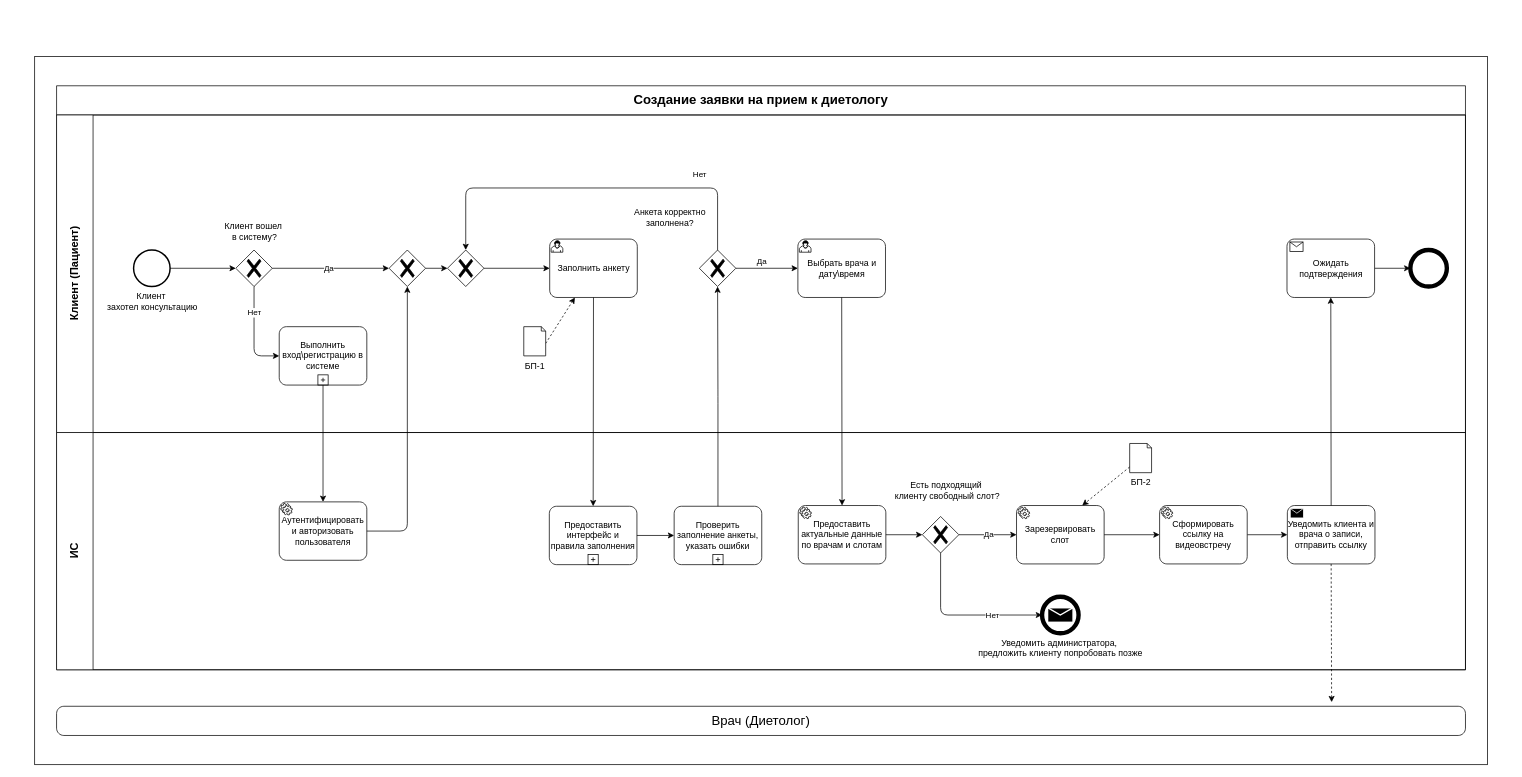
Above: page "Процесс 1" (1 of 3) of Рабочие примеры артефактов/Бизнес-процессы BPMN/Создание заявки на прием к диетологу.drawio in Heritager-tech/Public_data (draw.io), before the change. Source tidied: cells renumbered, new cells numbered last; positions are measured from the earlier drawing's top-left corner, leaving out a move shared by most shapes. Both pictures are drawn from the tidied source at 73%, with x=0, y=0 at pixel (34, 56). Pictures stored in the file or linked from it are replaced by grey dashed boxes.
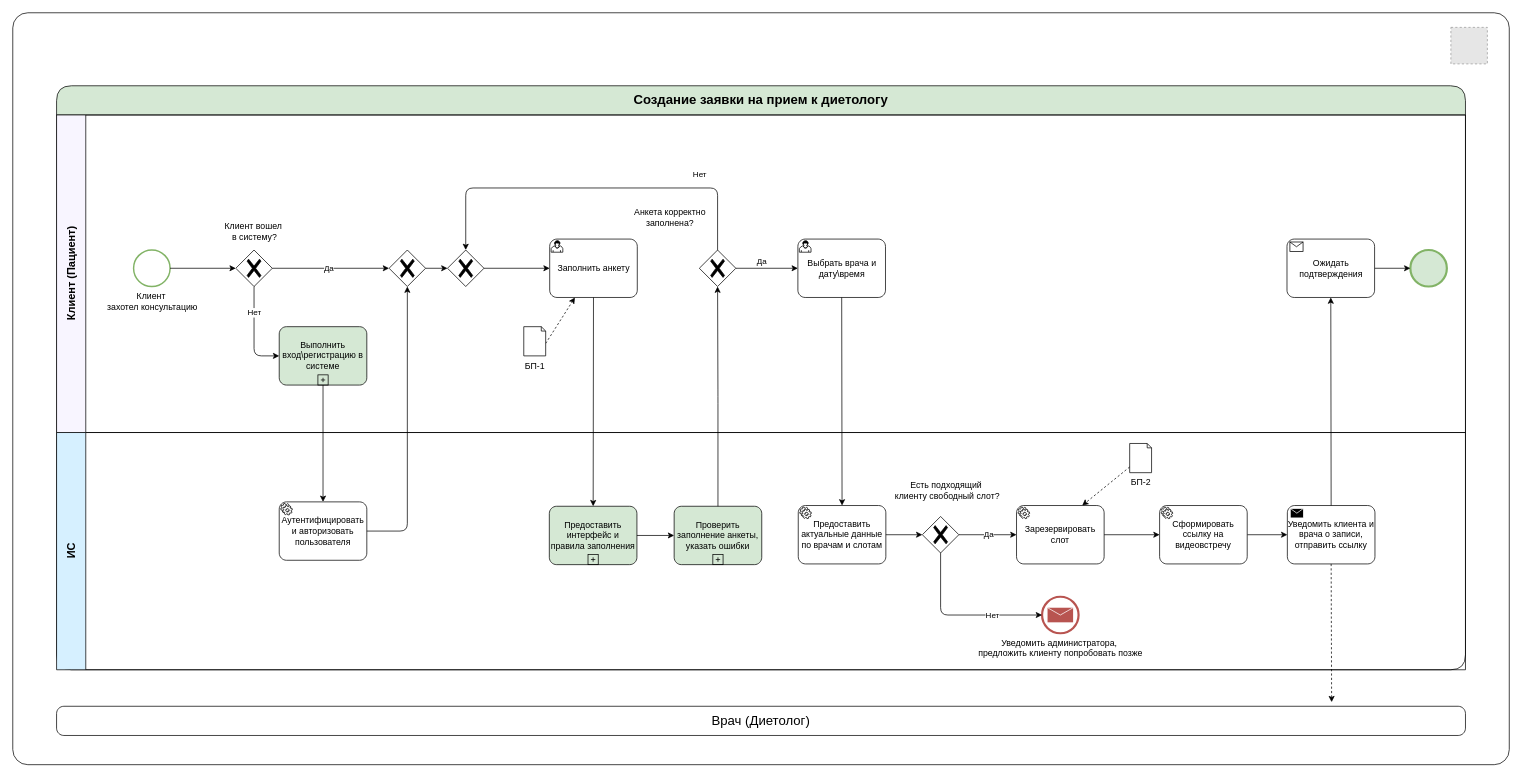
After the change.

Diff of the diagram source:
```diff
@@
-    <mxCell id="2" style="rounded=1;whiteSpace=wrap;html=1;arcSize=0;" parent="1" vertex="1">
-      <mxGeometry width="1990" height="970" as="geometry" />
+    <mxCell id="2" style="rounded=1;whiteSpace=wrap;html=1;arcSize=2;" parent="1" vertex="1">
+      <mxGeometry x="-30" y="-60" width="2050" height="1030" as="geometry" />
     </mxCell>
-    <mxCell id="3" value="&lt;font style=&quot;font-size: 18px;&quot;&gt;Создание заявки на прием к диетологу&lt;/font&gt;" style="swimlane;html=1;horizontal=1;startSize=40;whiteSpace=wrap;direction=east;" parent="1" vertex="1">
+    <mxCell id="3" value="&lt;font style=&quot;font-size: 18px;&quot;&gt;Создание заявки на прием к диетологу&lt;/font&gt;" style="swimlane;html=1;horizontal=1;startSize=40;whiteSpace=wrap;direction=east;rounded=1;arcSize=17;fillColor=#D5E8D4;" parent="1" vertex="1">
       <mxGeometry x="30" y="40" width="1930" height="800" as="geometry" />
     </mxCell>
-    <mxCell id="4" value="&lt;span style=&quot;font-size: 15px;&quot;&gt;Клиент (Пациент)&lt;/span&gt;" style="swimlane;html=1;startSize=50;horizontal=0;" parent="3" vertex="1">
+    <mxCell id="4" value="&lt;span style=&quot;font-size: 15px;&quot;&gt;Клиент (Пациент)&lt;/span&gt;" style="swimlane;html=1;startSize=40;horizontal=0;fillColor=#F8F5FF;" parent="3" vertex="1">
       <mxGeometry y="40" width="1930" height="435" as="geometry" />
     </mxCell>
@@
-    <mxCell id="6" value="Клиент&amp;nbsp;&lt;div&gt;захотел консультацию&lt;/div&gt;" style="points=[[0.145,0.145,0],[0.5,0,0],[0.855,0.145,0],[1,0.5,0],[0.855,0.855,0],[0.5,1,0],[0.145,0.855,0],[0,0.5,0]];shape=mxgraph.bpmn.event;html=1;verticalLabelPosition=bottom;labelBackgroundColor=#ffffff;verticalAlign=top;align=center;perimeter=ellipsePerimeter;outlineConnect=0;outline=standard;symbol=general;fillColor=none;strokeColor=default;strokeWidth=2;" parent="4" vertex="1">
+    <mxCell id="6" value="Клиент&amp;nbsp;&lt;div&gt;захотел консультацию&lt;/div&gt;" style="points=[[0.145,0.145,0],[0.5,0,0],[0.855,0.145,0],[1,0.5,0],[0.855,0.855,0],[0.5,1,0],[0.145,0.855,0],[0,0.5,0]];shape=mxgraph.bpmn.event;html=1;verticalLabelPosition=bottom;labelBackgroundColor=#ffffff;verticalAlign=top;align=center;perimeter=ellipsePerimeter;outlineConnect=0;outline=standard;symbol=general;fillColor=none;strokeColor=#82B366;strokeWidth=2;" parent="4" vertex="1">
       <mxGeometry x="105.5" y="185" width="50" height="50" as="geometry" />
     </mxCell>
-    <mxCell id="7" value="Выполнить вход\регистрацию в системе" style="points=[[0.25,0,0],[0.5,0,0],[0.75,0,0],[1,0.25,0],[1,0.5,0],[1,0.75,0],[0.75,1,0],[0.5,1,0],[0.25,1,0],[0,0.75,0],[0,0.5,0],[0,0.25,0]];shape=mxgraph.bpmn.task;whiteSpace=wrap;rectStyle=rounded;size=10;html=1;taskMarker=abstract;isLoopSub=1;fillColor=default;strokeColor=default;" parent="4" vertex="1">
+    <mxCell id="7" value="Выполнить вход\регистрацию в системе" style="points=[[0.25,0,0],[0.5,0,0],[0.75,0,0],[1,0.25,0],[1,0.5,0],[1,0.75,0],[0.75,1,0],[0.5,1,0],[0.25,1,0],[0,0.75,0],[0,0.5,0],[0,0.25,0]];shape=mxgraph.bpmn.task;whiteSpace=wrap;rectStyle=rounded;size=10;html=1;taskMarker=abstract;isLoopSub=1;fillColor=#d5e8d4;strokeColor=default;" parent="4" vertex="1">
       <mxGeometry x="305" y="290" width="120" height="80" as="geometry" />
     </mxCell>
@@
-    <mxCell id="28" style="points=[[0.145,0.145,0],[0.5,0,0],[0.855,0.145,0],[1,0.5,0],[0.855,0.855,0],[0.5,1,0],[0.145,0.855,0],[0,0.5,0]];shape=mxgraph.bpmn.event;html=1;verticalLabelPosition=bottom;labelBackgroundColor=#ffffff;verticalAlign=top;align=center;perimeter=ellipsePerimeter;outlineConnect=0;outline=end;symbol=terminate2;fillColor=default;strokeColor=default;strokeWidth=2;" parent="4" vertex="1">
+    <mxCell id="28" style="points=[[0.145,0.145,0],[0.5,0,0],[0.855,0.145,0],[1,0.5,0],[0.855,0.855,0],[0.5,1,0],[0.145,0.855,0],[0,0.5,0]];shape=mxgraph.bpmn.event;html=1;verticalLabelPosition=bottom;labelBackgroundColor=#ffffff;verticalAlign=top;align=center;perimeter=ellipsePerimeter;outlineConnect=0;outline=end;symbol=terminate2;fillColor=#d5e8d4;strokeColor=#82b366;strokeWidth=1;" parent="4" vertex="1">
       <mxGeometry x="1854.5" y="185" width="50" height="50" as="geometry" />
     </mxCell>
@@
-    <mxCell id="31" value="&lt;span style=&quot;font-size: 15px;&quot;&gt;ИС&lt;/span&gt;" style="swimlane;html=1;startSize=50;horizontal=0;" parent="3" vertex="1">
+    <mxCell id="31" value="&lt;span style=&quot;font-size: 15px;&quot;&gt;ИС&lt;/span&gt;" style="swimlane;html=1;startSize=40;horizontal=0;fillColor=#D6F0FF;" parent="3" vertex="1">
       <mxGeometry y="475" width="1930" height="325" as="geometry" />
     </mxCell>
@@
-    <mxCell id="33" value="Предоставить интерфейс и правила заполнения" style="points=[[0.25,0,0],[0.5,0,0],[0.75,0,0],[1,0.25,0],[1,0.5,0],[1,0.75,0],[0.75,1,0],[0.5,1,0],[0.25,1,0],[0,0.75,0],[0,0.5,0],[0,0.25,0]];shape=mxgraph.bpmn.task;whiteSpace=wrap;rectStyle=rounded;size=10;html=1;taskMarker=abstract;isLoopSub=1;fillColor=default;strokeColor=default;" parent="31" vertex="1">
+    <mxCell id="33" value="Предоставить интерфейс и правила заполнения" style="points=[[0.25,0,0],[0.5,0,0],[0.75,0,0],[1,0.25,0],[1,0.5,0],[1,0.75,0],[0.75,1,0],[0.5,1,0],[0.25,1,0],[0,0.75,0],[0,0.5,0],[0,0.25,0]];shape=mxgraph.bpmn.task;whiteSpace=wrap;rectStyle=rounded;size=10;html=1;taskMarker=abstract;isLoopSub=1;fillColor=#d5e8d4;strokeColor=default;" parent="31" vertex="1">
       <mxGeometry x="675" y="101" width="120" height="80" as="geometry" />
     </mxCell>
-    <mxCell id="34" value="Проверить заполнение анкеты, указать ошибки" style="points=[[0.25,0,0],[0.5,0,0],[0.75,0,0],[1,0.25,0],[1,0.5,0],[1,0.75,0],[0.75,1,0],[0.5,1,0],[0.25,1,0],[0,0.75,0],[0,0.5,0],[0,0.25,0]];shape=mxgraph.bpmn.task;whiteSpace=wrap;rectStyle=rounded;size=10;html=1;taskMarker=abstract;isLoopSub=1;fillColor=default;strokeColor=default;" parent="31" vertex="1">
+    <mxCell id="34" value="Проверить заполнение анкеты, указать ошибки" style="points=[[0.25,0,0],[0.5,0,0],[0.75,0,0],[1,0.25,0],[1,0.5,0],[1,0.75,0],[0.75,1,0],[0.5,1,0],[0.25,1,0],[0,0.75,0],[0,0.5,0],[0,0.25,0]];shape=mxgraph.bpmn.task;whiteSpace=wrap;rectStyle=rounded;size=10;html=1;taskMarker=abstract;isLoopSub=1;fillColor=#d5e8d4;strokeColor=default;" parent="31" vertex="1">
       <mxGeometry x="846" y="101" width="120" height="80" as="geometry" />
     </mxCell>
@@
-    <mxCell id="43" value="Уведомить администратора,&amp;nbsp;&lt;div&gt;предложить клиенту попробовать позже&lt;/div&gt;" style="points=[[0.145,0.145,0],[0.5,0,0],[0.855,0.145,0],[1,0.5,0],[0.855,0.855,0],[0.5,1,0],[0.145,0.855,0],[0,0.5,0]];shape=mxgraph.bpmn.event;html=1;verticalLabelPosition=bottom;labelBackgroundColor=#ffffff;verticalAlign=top;align=center;perimeter=ellipsePerimeter;outlineConnect=0;outline=end;symbol=message;fillColor=default;strokeColor=default;strokeWidth=2;" parent="31" vertex="1">
+    <mxCell id="43" value="Уведомить администратора,&amp;nbsp;&lt;div&gt;предложить клиенту попробовать позже&lt;/div&gt;" style="points=[[0.145,0.145,0],[0.5,0,0],[0.855,0.145,0],[1,0.5,0],[0.855,0.855,0],[0.5,1,0],[0.145,0.855,0],[0,0.5,0]];shape=mxgraph.bpmn.event;html=1;verticalLabelPosition=bottom;labelBackgroundColor=#ffffff;verticalAlign=top;align=center;perimeter=ellipsePerimeter;outlineConnect=0;outline=end;symbol=message;fillColor=none;strokeColor=#b85450;strokeWidth=1;" parent="31" vertex="1">
       <mxGeometry x="1350" y="225" width="50" height="50" as="geometry" />
     </mxCell>
@@
+    <mxCell id="60" style="fillColor=#E6E6E6;strokeColor=#999999;dashed=1;verticalLabelPosition=bottom;labelBackgroundColor=default;verticalAlign=top;" parent="1" vertex="1">
+      <mxGeometry x="1940" y="-40" width="50" height="50" as="geometry" />
+    </mxCell>
```
